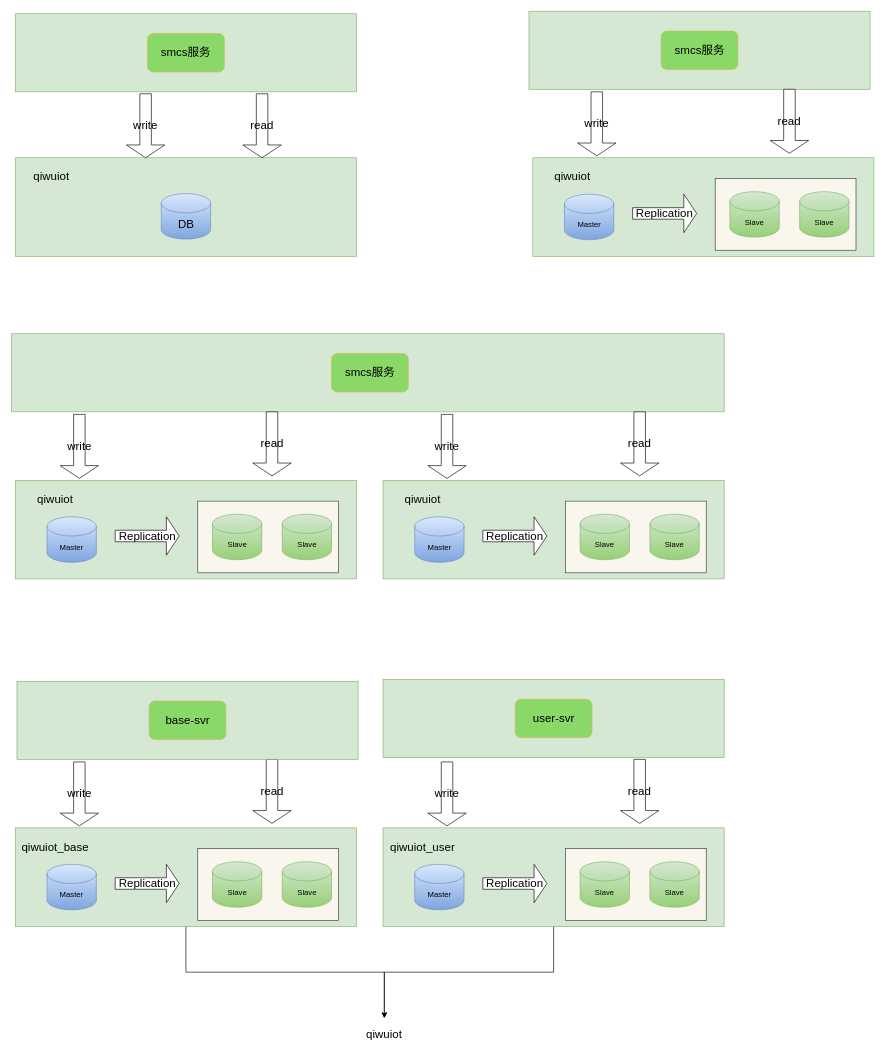
Above: page "数据库设计" (4 of 5) of 模块.drawio in viking-wj/software (draw.io), before the change. Source tidied: cells renumbered, new cells numbered last; positions are measured from the earlier drawing's top-left corner, leaving out a move shared by most shapes. Both pictures are drawn from the tidied source at 64%, with x=0, y=0 at pixel (12, 11).
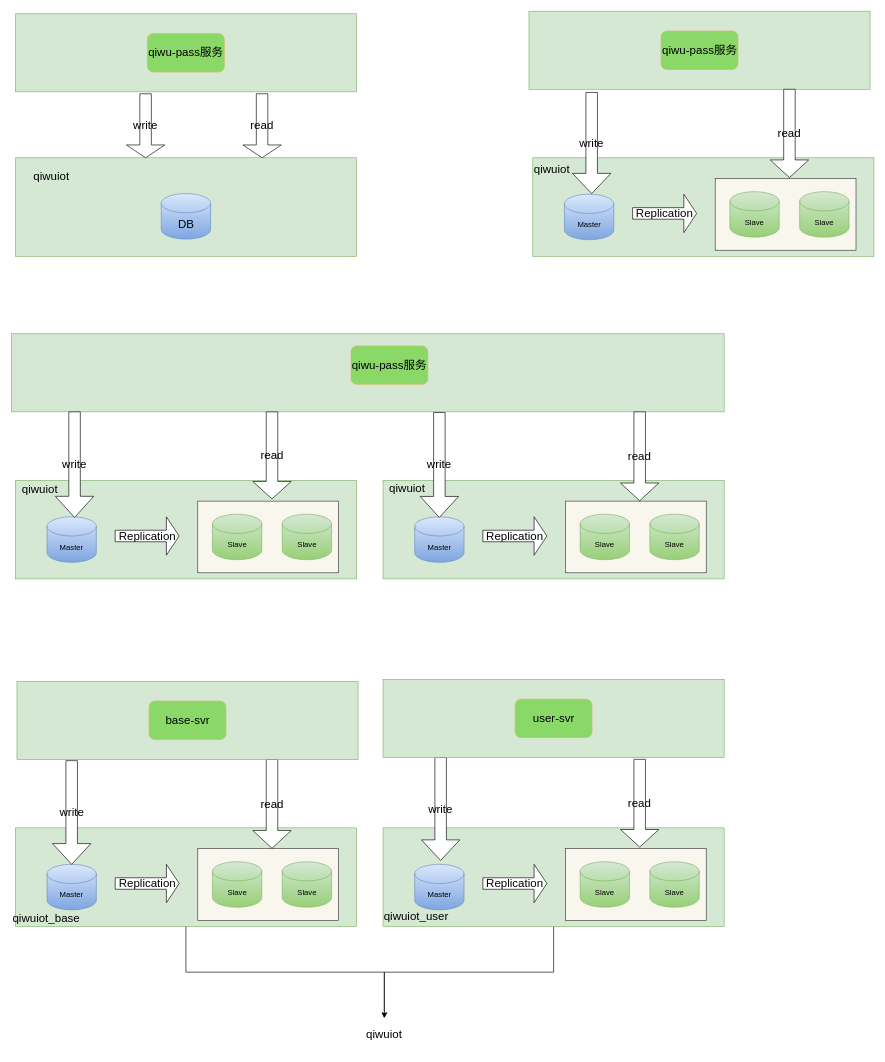
The same diagram, later.

Diff of the diagram source:
```diff
@@
-    <mxCell id="4" value="smcs服务" style="rounded=1;whiteSpace=wrap;html=1;gradientColor=none;fillColor=#8AD968;strokeColor=#d6b656;fillStyle=auto;fontSize=18;" parent="1" vertex="1">
+    <mxCell id="4" value="qiwu-pass服务" style="rounded=1;whiteSpace=wrap;html=1;gradientColor=none;fillColor=#8AD968;strokeColor=#d6b656;fillStyle=auto;fontSize=18;" parent="1" vertex="1">
       <mxGeometry x="212" y="35" width="120" height="60" as="geometry" />
     </mxCell>
@@
-    <mxCell id="15" value="smcs服务" style="rounded=1;whiteSpace=wrap;html=1;gradientColor=none;fillColor=#8AD968;strokeColor=#d6b656;fillStyle=auto;fontSize=18;" parent="1" vertex="1">
+    <mxCell id="15" value="qiwu-pass服务" style="rounded=1;whiteSpace=wrap;html=1;gradientColor=none;fillColor=#8AD968;strokeColor=#d6b656;fillStyle=auto;fontSize=18;" parent="1" vertex="1">
       <mxGeometry x="1014.5" y="31" width="120" height="60" as="geometry" />
     </mxCell>
     <mxCell id="16" value="write" style="shape=singleArrow;direction=south;whiteSpace=wrap;html=1;fillStyle=auto;fontSize=18;" parent="1" vertex="1">
-      <mxGeometry x="884" y="126" width="60" height="100" as="geometry" />
+      <mxGeometry x="876" y="127" width="60" height="158" as="geometry" />
     </mxCell>
     <mxCell id="17" value="read" style="shape=singleArrow;direction=south;whiteSpace=wrap;html=1;fillStyle=auto;fontSize=18;" parent="1" vertex="1">
-      <mxGeometry x="1185" y="122" width="60" height="100" as="geometry" />
+      <mxGeometry x="1185" y="122" width="60" height="138" as="geometry" />
     </mxCell>
     <mxCell id="18" value="qiwuiot" style="text;html=1;strokeColor=none;fillColor=none;align=center;verticalAlign=middle;whiteSpace=wrap;rounded=0;fontSize=18;" parent="1" vertex="1">
-      <mxGeometry x="826" y="242" width="100" height="33" as="geometry" />
+      <mxGeometry x="811" y="229" width="66" height="38" as="geometry" />
     </mxCell>
@@
-    <mxCell id="26" value="smcs服务" style="rounded=1;whiteSpace=wrap;html=1;gradientColor=none;fillColor=#8AD968;strokeColor=#d6b656;fillStyle=auto;fontSize=18;" parent="1" vertex="1">
-      <mxGeometry x="499.5" y="535" width="120" height="60" as="geometry" />
-    </mxCell>
     <mxCell id="27" value="write" style="shape=singleArrow;direction=south;whiteSpace=wrap;html=1;fillStyle=auto;fontSize=18;" parent="1" vertex="1">
-      <mxGeometry x="75.5" y="630" width="60" height="100" as="geometry" />
+      <mxGeometry x="68" y="626" width="60" height="165" as="geometry" />
     </mxCell>
     <mxCell id="28" value="read" style="shape=singleArrow;direction=south;whiteSpace=wrap;html=1;fillStyle=auto;fontSize=18;" parent="1" vertex="1">
-      <mxGeometry x="376.5" y="626" width="60" height="100" as="geometry" />
+      <mxGeometry x="376.5" y="626" width="60" height="136" as="geometry" />
     </mxCell>
     <mxCell id="29" value="qiwuiot" style="text;html=1;strokeColor=none;fillColor=none;align=center;verticalAlign=middle;whiteSpace=wrap;rounded=0;fontSize=18;" parent="1" vertex="1">
-      <mxGeometry x="17.5" y="746" width="100" height="33" as="geometry" />
+      <mxGeometry x="5.5" y="737" width="76" height="21" as="geometry" />
     </mxCell>
@@
     <mxCell id="36" value="write" style="shape=singleArrow;direction=south;whiteSpace=wrap;html=1;fillStyle=auto;fontSize=18;" parent="1" vertex="1">
-      <mxGeometry x="650" y="630" width="60" height="100" as="geometry" />
+      <mxGeometry x="638" y="627" width="60" height="164" as="geometry" />
     </mxCell>
     <mxCell id="37" value="read" style="shape=singleArrow;direction=south;whiteSpace=wrap;html=1;fillStyle=auto;fontSize=18;" parent="1" vertex="1">
-      <mxGeometry x="951" y="626" width="60" height="100" as="geometry" />
+      <mxGeometry x="951" y="626" width="60" height="139" as="geometry" />
     </mxCell>
     <mxCell id="38" value="qiwuiot" style="text;html=1;strokeColor=none;fillColor=none;align=center;verticalAlign=middle;whiteSpace=wrap;rounded=0;fontSize=18;" parent="1" vertex="1">
-      <mxGeometry x="592" y="746" width="100" height="33" as="geometry" />
+      <mxGeometry x="580" y="737" width="76" height="18" as="geometry" />
     </mxCell>
@@
     <mxCell id="46" value="write" style="shape=singleArrow;direction=south;whiteSpace=wrap;html=1;fillStyle=auto;fontSize=18;" parent="1" vertex="1">
-      <mxGeometry x="75.5" y="1173" width="60" height="100" as="geometry" />
+      <mxGeometry x="63.5" y="1171" width="60" height="162" as="geometry" />
     </mxCell>
     <mxCell id="47" value="read" style="shape=singleArrow;direction=south;whiteSpace=wrap;html=1;fillStyle=auto;fontSize=18;" parent="1" vertex="1">
-      <mxGeometry x="376.5" y="1169" width="60" height="100" as="geometry" />
+      <mxGeometry x="376.5" y="1169" width="60" height="139" as="geometry" />
     </mxCell>
     <mxCell id="48" value="qiwuiot_base" style="text;html=1;strokeColor=none;fillColor=none;align=center;verticalAlign=middle;whiteSpace=wrap;rounded=0;fontSize=18;" parent="1" vertex="1">
-      <mxGeometry x="17.5" y="1289" width="100" height="33" as="geometry" />
+      <mxGeometry x="12" y="1404" width="84" height="26" as="geometry" />
     </mxCell>
@@
     <mxCell id="56" value="write" style="shape=singleArrow;direction=south;whiteSpace=wrap;html=1;fillStyle=auto;fontSize=18;" parent="1" vertex="1">
-      <mxGeometry x="650" y="1173" width="60" height="100" as="geometry" />
+      <mxGeometry x="640" y="1166" width="60" height="161" as="geometry" />
     </mxCell>
     <mxCell id="57" value="read" style="shape=singleArrow;direction=south;whiteSpace=wrap;html=1;fillStyle=auto;fontSize=18;" parent="1" vertex="1">
-      <mxGeometry x="951" y="1169" width="60" height="100" as="geometry" />
+      <mxGeometry x="951" y="1169" width="60" height="137" as="geometry" />
     </mxCell>
     <mxCell id="58" value="qiwuiot_user" style="text;html=1;strokeColor=none;fillColor=none;align=center;verticalAlign=middle;whiteSpace=wrap;rounded=0;fontSize=18;" parent="1" vertex="1">
-      <mxGeometry x="592" y="1289" width="100" height="33" as="geometry" />
+      <mxGeometry x="588" y="1400" width="88" height="28" as="geometry" />
     </mxCell>
@@
+    <mxCell id="65" value="qiwu-pass服务" style="rounded=1;whiteSpace=wrap;html=1;gradientColor=none;fillColor=#8AD968;strokeColor=#d6b656;fillStyle=auto;fontSize=18;" parent="1" vertex="1">
+      <mxGeometry x="530" y="523" width="120" height="60" as="geometry" />
+    </mxCell>
```
